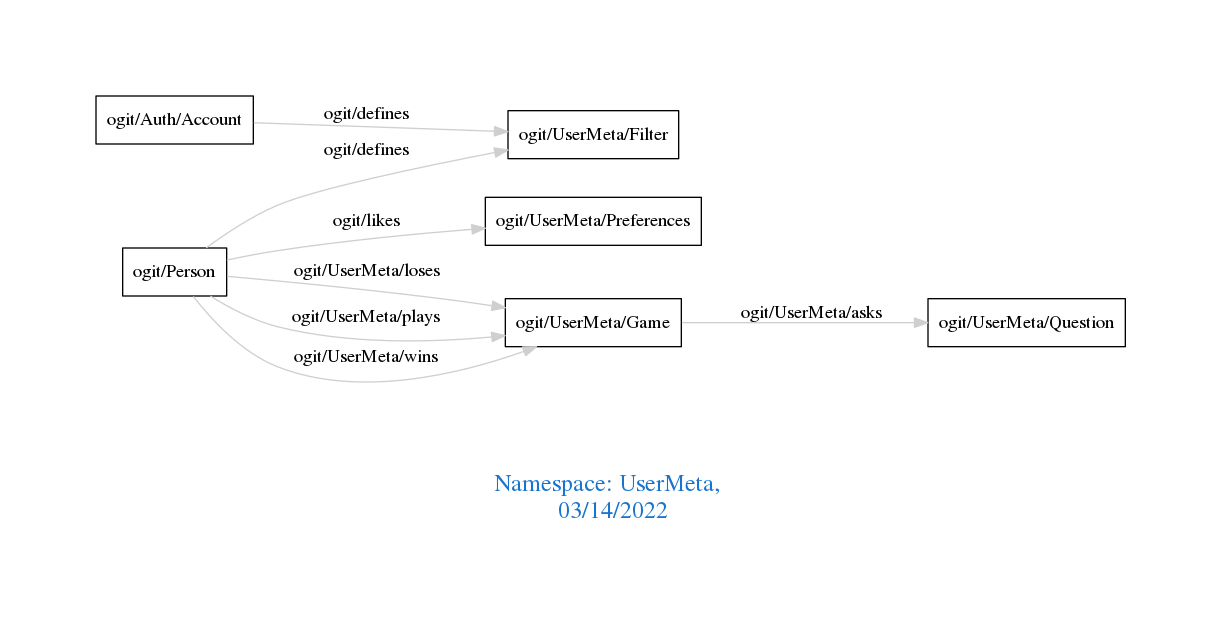
Before: downloads/UserMeta.png, a diagram exported from Graphviz (arago/OGIT). Its source is kept beside it as downloads/UserMeta.dot.
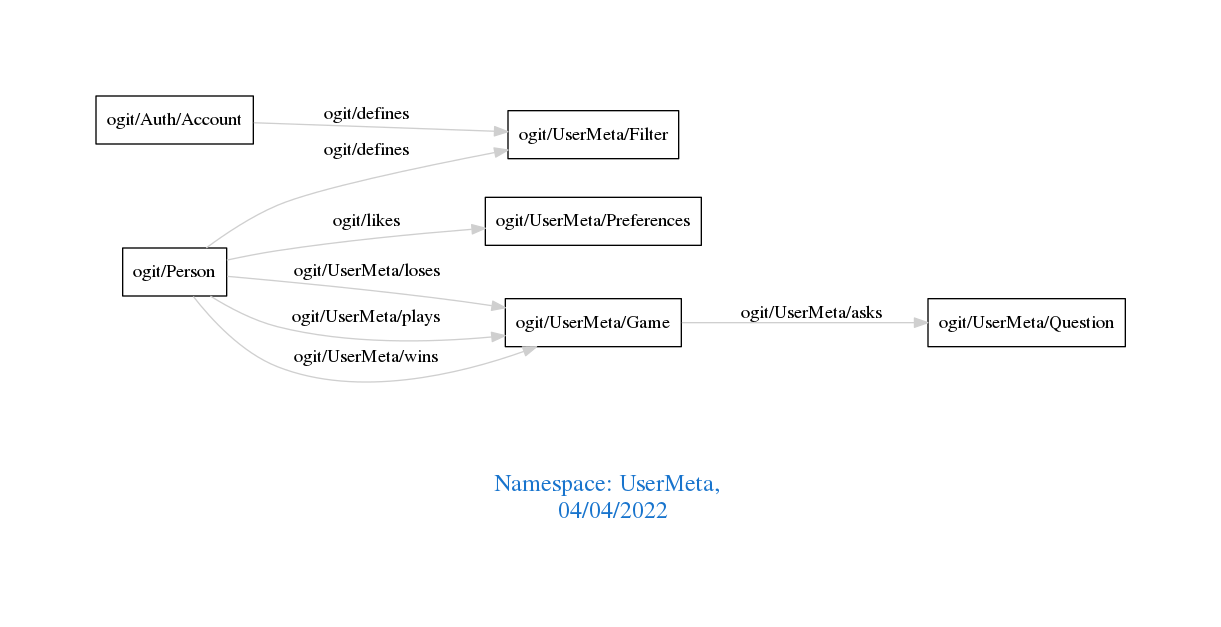
After the commit.

Diff of the diagram source:
```diff
@@ -1,7 +1,7 @@
 digraph OGIT_ontology {
  graph [ rankdir= LR,pad=1
 fontsize = 18,
-fontcolor= dodgerblue3,label = "\n\n\nNamespace: UserMeta, \n 03/14/2022"];
+fontcolor= dodgerblue3,label = "\n\n\nNamespace: UserMeta, \n 04/04/2022"];
 node[shape=polygon];
 edge [  color="gray81"];
 
```
